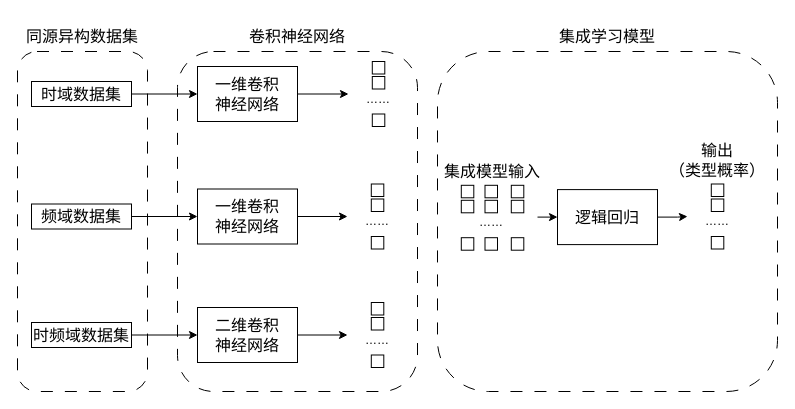
The draw.io diagram 集成模型.drawio in TsukumoYukari/iodraw-files, before the edit. Source tidied: cells renumbered, new cells numbered last; positions are measured from the earlier drawing's top-left corner, leaving out a move shared by most shapes. Both pictures are drawn from the tidied source at 100%, with x=0, y=0 at pixel (17, 21).
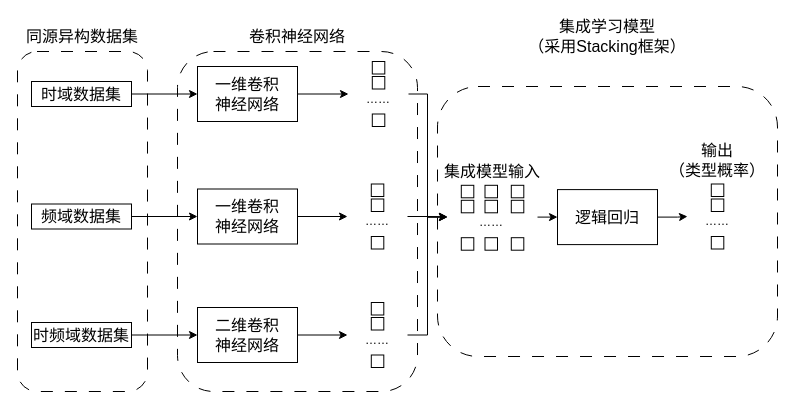
Above is the later version.

Commit message:
更新集成模型.drawio

Unchanged cells that the change refers to:
```xml
<mxCell id="19" style="group;" parent="1" vertex="1">
  <mxGeometry x="330" y="155" width="85" height="210" as="geometry" />
</mxCell>
<mxCell id="24" style="rounded=0;whiteSpace=wrap;html=1;fillColor=none;strokeColor=none;" parent="19" vertex="1">
  <mxGeometry width="60" height="80" as="geometry" />
</mxCell>
<mxCell id="30" style="rounded=0;whiteSpace=wrap;html=1;fillColor=none;strokeColor=none;" parent="25" vertex="1">
  <mxGeometry width="60" height="80" as="geometry" />
</mxCell>
<mxCell id="36" style="rounded=0;whiteSpace=wrap;html=1;fillColor=none;strokeColor=none;" parent="31" vertex="1">
  <mxGeometry width="60" height="80" as="geometry" />
</mxCell>
<mxCell id="49" style="rounded=0;whiteSpace=wrap;html=1;fillColor=none;strokeColor=none;" parent="38" vertex="1">
  <mxGeometry width="90" height="81.2" as="geometry" />
</mxCell>
```

Diff of the diagram source:
```diff
@@
     <mxCell id="2" style="rounded=1;whiteSpace=wrap;html=1;fillColor=none;dashed=1;dashPattern=12 12;fontSize=16;" parent="1" vertex="1">
-      <mxGeometry x="420" y="30" width="340" height="340" as="geometry" />
+      <mxGeometry x="420" y="65" width="340" height="270" as="geometry" />
     </mxCell>
@@
+    <mxCell id="61" style="edgeStyle=orthogonalEdgeStyle;rounded=0;jettySize=auto;html=1;exitX=1;exitY=0.5;exitDx=0;exitDy=0;" parent="19" edge="1" source="24">
+      <mxGeometry relative="1" as="geometry">
+        <mxPoint x="100" y="40.3" as="targetPoint" />
+      </mxGeometry>
+    </mxCell>
@@
-    <mxCell id="37" value="集成学习模型" style="text;html=1;align=center;verticalAlign=middle;whiteSpace=wrap;rounded=0;fontSize=16;" parent="1" vertex="1">
-      <mxGeometry x="530" width="120" height="30" as="geometry" />
+    <mxCell id="37" value="集成学习模型&lt;div&gt;（采用Stacking框架）&lt;/div&gt;" style="text;html=1;align=center;verticalAlign=middle;whiteSpace=wrap;rounded=0;fontSize=16;" parent="1" vertex="1">
+      <mxGeometry x="500" width="180" height="30" as="geometry" />
     </mxCell>
@@
+    <mxCell id="62" style="edgeStyle=orthogonalEdgeStyle;rounded=0;jettySize=auto;html=1;exitX=1;exitY=0.5;exitDx=0;exitDy=0;entryX=0;entryY=0.5;entryDx=0;entryDy=0;" parent="1" edge="1" source="30" target="49">
+      <mxGeometry relative="1" as="geometry">
+        <Array as="points">
+          <mxPoint x="410" y="72" />
+          <mxPoint x="410" y="196" />
+        </Array>
+      </mxGeometry>
+    </mxCell>
+    <mxCell id="63" style="edgeStyle=orthogonalEdgeStyle;rounded=0;jettySize=auto;html=1;exitX=1;exitY=0.5;exitDx=0;exitDy=0;entryX=0;entryY=0.5;entryDx=0;entryDy=0;" parent="1" edge="1" source="36" target="49">
+      <mxGeometry relative="1" as="geometry" />
+    </mxCell>
```
